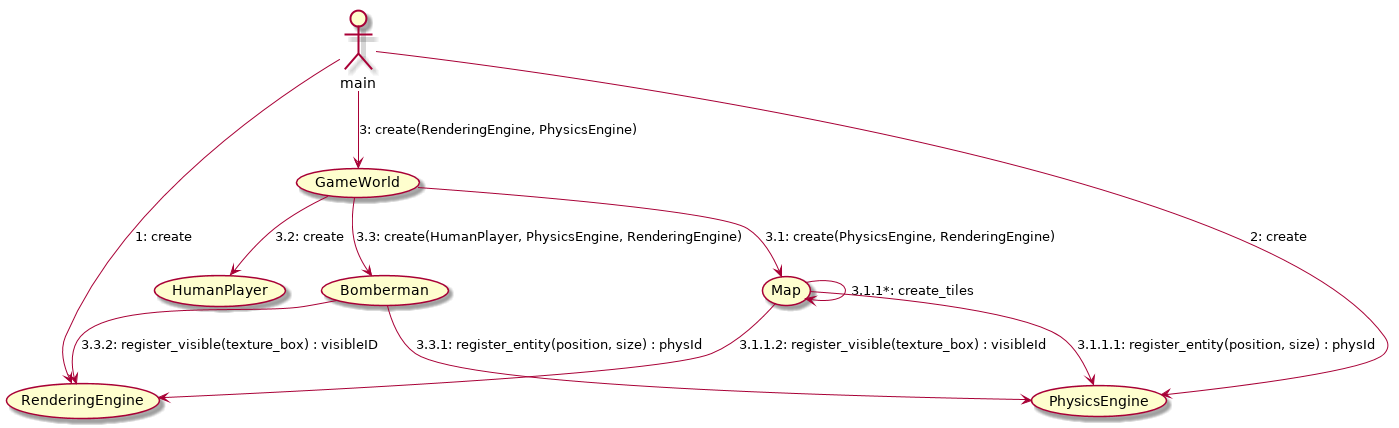
This is docs/img/Communication_UC_1_1.png from NadzwyczajnaGrupaRobocza/bomberman, a PlantUML export, as it was before one commit.
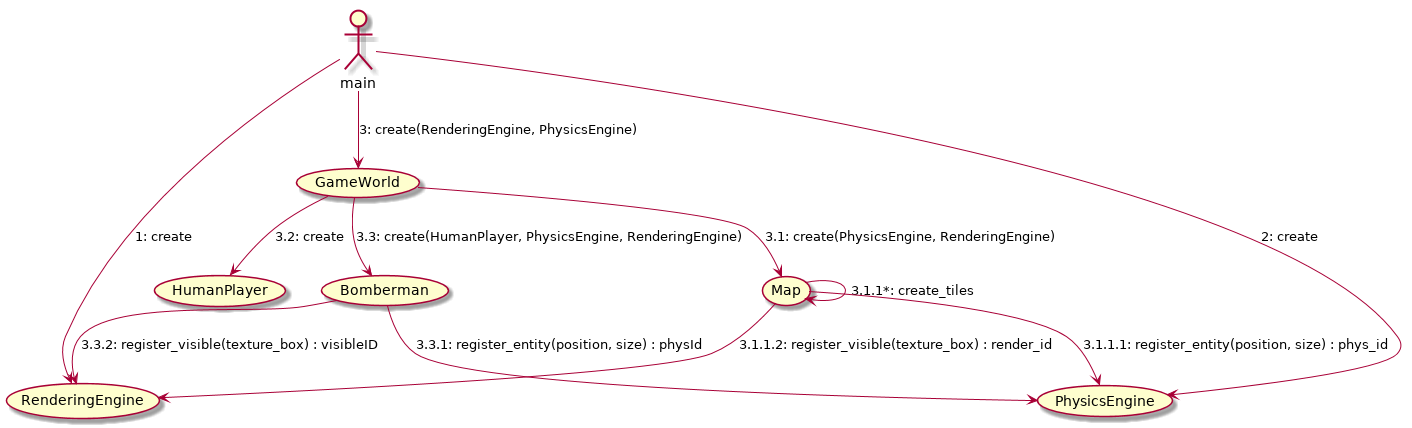
After the commit.

Change to the diagram source:
```diff
@@ -6,8 +6,8 @@
 
 (GameWorld) --> (Map) : "3.1: create(PhysicsEngine, RenderingEngine)"
 (Map) --> (Map) : "3.1.1*: create_tiles"
-(Map) --> (PhysicsEngine) : "3.1.1.1: register_entity(position, size) : physId"
-(Map) --> (RenderingEngine) : "3.1.1.2: register_visible(texture_box) : visibleId"
+(Map) --> (PhysicsEngine) : "3.1.1.1: register_entity(position, size) : phys_id"
+(Map) --> (RenderingEngine) : "3.1.1.2: register_visible(texture_box) : render_id"
 
 (GameWorld) --> (HumanPlayer) : "3.2: create"
 (GameWorld) --> (Bomberman) : "3.3: create(HumanPlayer, PhysicsEngine, RenderingEngine)"
```
